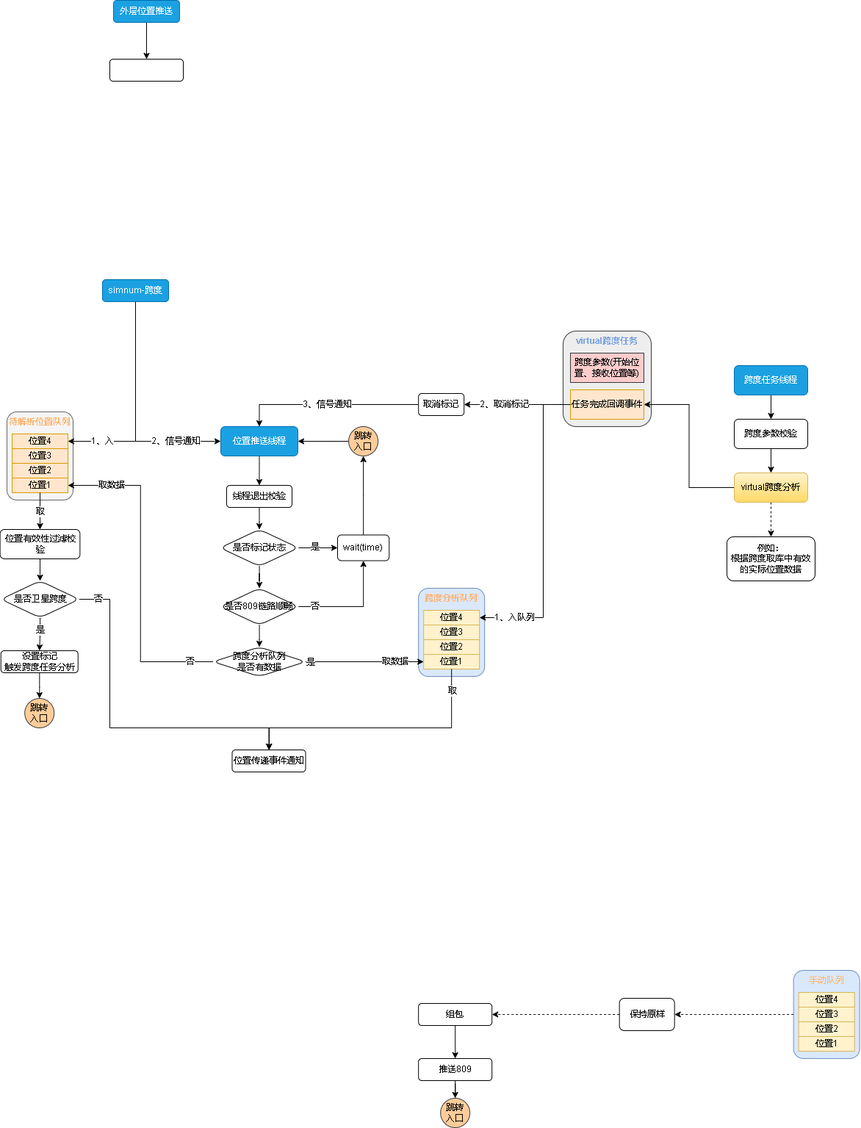
The draw.io diagram 809数据跨度.drawio.png in xktder/draw, before a commit. Source tidied: cells renumbered, new cells last; positions are measured from the earlier drawing's top-left corner, leaving out a move shared by most shapes.
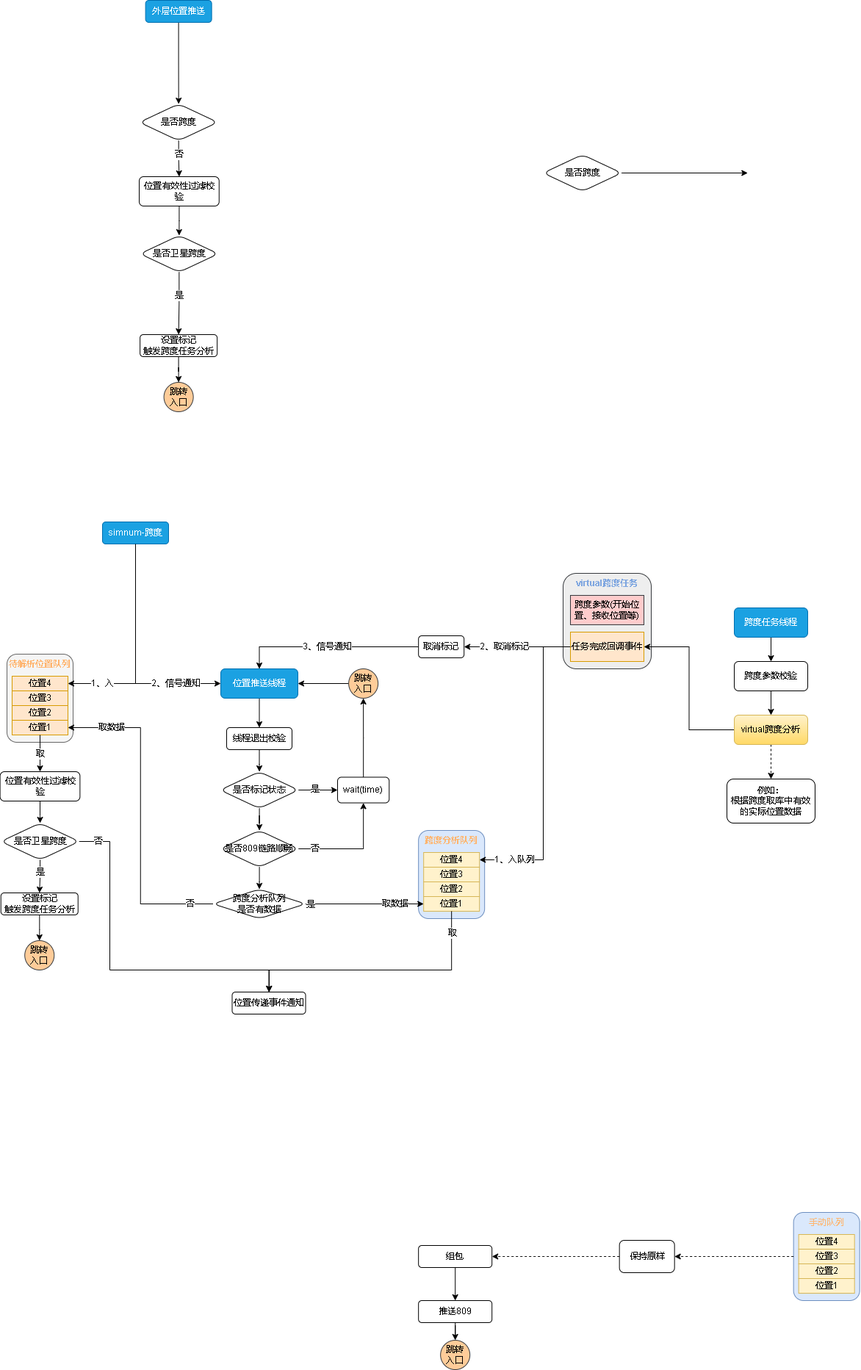
After the commit.

Commit message:
更新809数据跨度.drawio.png

The edit, as a diff of the source:
```diff
@@ -313,14 +313,52 @@
     <mxCell id="89" style="edgeStyle=orthogonalEdgeStyle;rounded=0;jettySize=auto;html=1;dashed=1;fontColor=#7EA6E0;" parent="1" edge="1" source="63" target="88">
       <mxGeometry relative="1" as="geometry" />
     </mxCell>
-    <mxCell id="90" style="edgeStyle=orthogonalEdgeStyle;rounded=0;jettySize=auto;html=1;fontColor=#7EA6E0;" parent="1" edge="1" source="91" target="92">
-      <mxGeometry relative="1" as="geometry" />
-    </mxCell>
+    <mxCell id="93" style="edgeStyle=orthogonalEdgeStyle;rounded=0;jettySize=auto;html=1;fontColor=#7EA6E0;" parent="1" edge="1" source="91" target="106">
+      <mxGeometry relative="1" as="geometry" />
+    </mxCell>
     <mxCell id="91" value="外层位置推送" style="rounded=1;whiteSpace=wrap;html=1;fillColor=#1ba1e2;fontColor=#ffffff;strokeColor=#006EAF;" parent="1" vertex="1">
-      <mxGeometry x="154" width="90" height="30" as="geometry" />
+      <mxGeometry x="197.6" y="-330" width="90" height="30" as="geometry" />
     </mxCell>
-    <mxCell id="92" style="whiteSpace=wrap;html=1;rounded=1;" parent="1" vertex="1">
-      <mxGeometry x="149" y="80" width="100" height="30" as="geometry" />
-    </mxCell>
+    <mxCell id="94" style="edgeStyle=orthogonalEdgeStyle;rounded=0;jettySize=auto;html=1;fontColor=#7EA6E0;" parent="1" edge="1" source="95">
+      <mxGeometry relative="1" as="geometry">
+        <mxPoint x="1017.2" y="-95" as="targetPoint" />
+      </mxGeometry>
+    </mxCell>
+    <mxCell id="95" value="是否跨度" style="rhombus;whiteSpace=wrap;html=1;fontColor=#000000;rounded=1;" parent="1" vertex="1">
+      <mxGeometry x="739" y="-120" width="106.5" height="50" as="geometry" />
+    </mxCell>
+    <mxCell id="96" style="edgeStyle=orthogonalEdgeStyle;rounded=0;jettySize=auto;html=1;fontColor=#000000;" parent="1" edge="1" source="97" target="100">
+      <mxGeometry relative="1" as="geometry" />
+    </mxCell>
+    <mxCell id="97" value="位置有效性过滤校验" style="rounded=1;whiteSpace=wrap;html=1;fontFamily=Helvetica;fontSize=12;fontColor=default;align=center;strokeColor=default;fillColor=default;" parent="1" vertex="1">
+      <mxGeometry x="189" y="-90" width="108.8" height="40" as="geometry" />
+    </mxCell>
+    <mxCell id="98" style="edgeStyle=orthogonalEdgeStyle;rounded=0;jettySize=auto;html=1;fontColor=#000000;entryX=0.5;entryY=0;entryDx=0;entryDy=0;" parent="1" edge="1" source="100" target="102">
+      <mxGeometry relative="1" as="geometry" />
+    </mxCell>
+    <mxCell id="99" value="是" style="edgeLabel;html=1;align=center;verticalAlign=middle;fontColor=#000000;" parent="98" vertex="1">
+      <mxGeometry x="-0.26" y="-1" relative="1" as="geometry" />
+    </mxCell>
+    <mxCell id="100" value="是否卫星跨度" style="rhombus;whiteSpace=wrap;html=1;fontColor=#000000;rounded=1;" parent="1" vertex="1">
+      <mxGeometry x="190.1" y="-10" width="106.5" height="50" as="geometry" />
+    </mxCell>
+    <mxCell id="101" style="edgeStyle=orthogonalEdgeStyle;rounded=0;jettySize=auto;html=1;fontColor=#000000;" parent="1" edge="1" source="102" target="103">
+      <mxGeometry relative="1" as="geometry" />
+    </mxCell>
+    <mxCell id="102" value="设置标记&lt;br&gt;触发跨度任务分析" style="rounded=1;whiteSpace=wrap;html=1;fontColor=#000000;" parent="1" vertex="1">
+      <mxGeometry x="190.1" y="125" width="105" height="30" as="geometry" />
+    </mxCell>
+    <mxCell id="103" value="跳转&lt;br&gt;入口" style="ellipse;whiteSpace=wrap;html=1;fillColor=#ffcc99;strokeColor=#36393d;" parent="1" vertex="1">
+      <mxGeometry x="222.6" y="190" width="40" height="40" as="geometry" />
+    </mxCell>
+    <mxCell id="104" style="edgeStyle=orthogonalEdgeStyle;rounded=0;jettySize=auto;html=1;fontColor=#7EA6E0;" parent="1" edge="1" source="106" target="97">
+      <mxGeometry relative="1" as="geometry" />
+    </mxCell>
+    <mxCell id="105" value="&lt;font color=&quot;#000000&quot;&gt;否&lt;/font&gt;" style="edgeLabel;html=1;align=center;verticalAlign=middle;fontColor=#7EA6E0;" parent="104" vertex="1">
+      <mxGeometry x="-0.25" relative="1" as="geometry" />
+    </mxCell>
+    <mxCell id="106" value="是否跨度" style="rhombus;whiteSpace=wrap;html=1;fontColor=#000000;rounded=1;" parent="1" vertex="1">
+      <mxGeometry x="189.4" y="-189" width="106.5" height="50" as="geometry" />
+    </mxCell>
   </root>
 </mxGraphModel>
```
